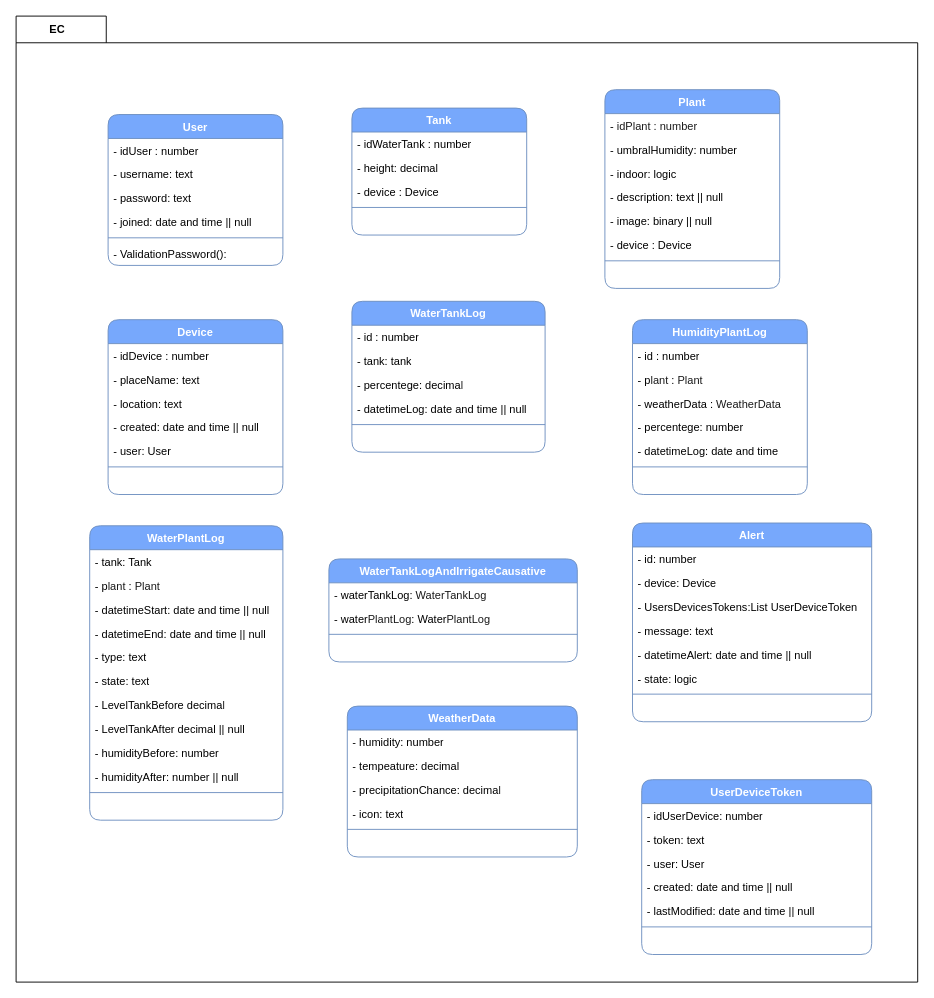
Agustin15/AquaControl keeps this draw.io diagram as Diagramas/ArquitecturaEnCapas.drawio. Above is the earlier version. Source tidied: cells renumbered, new cells numbered last; positions are measured from the earlier drawing's top-left corner, leaving out a move shared by most shapes. Both pictures are drawn from the tidied source at 92%, with x=0, y=0 at pixel (16, 16).
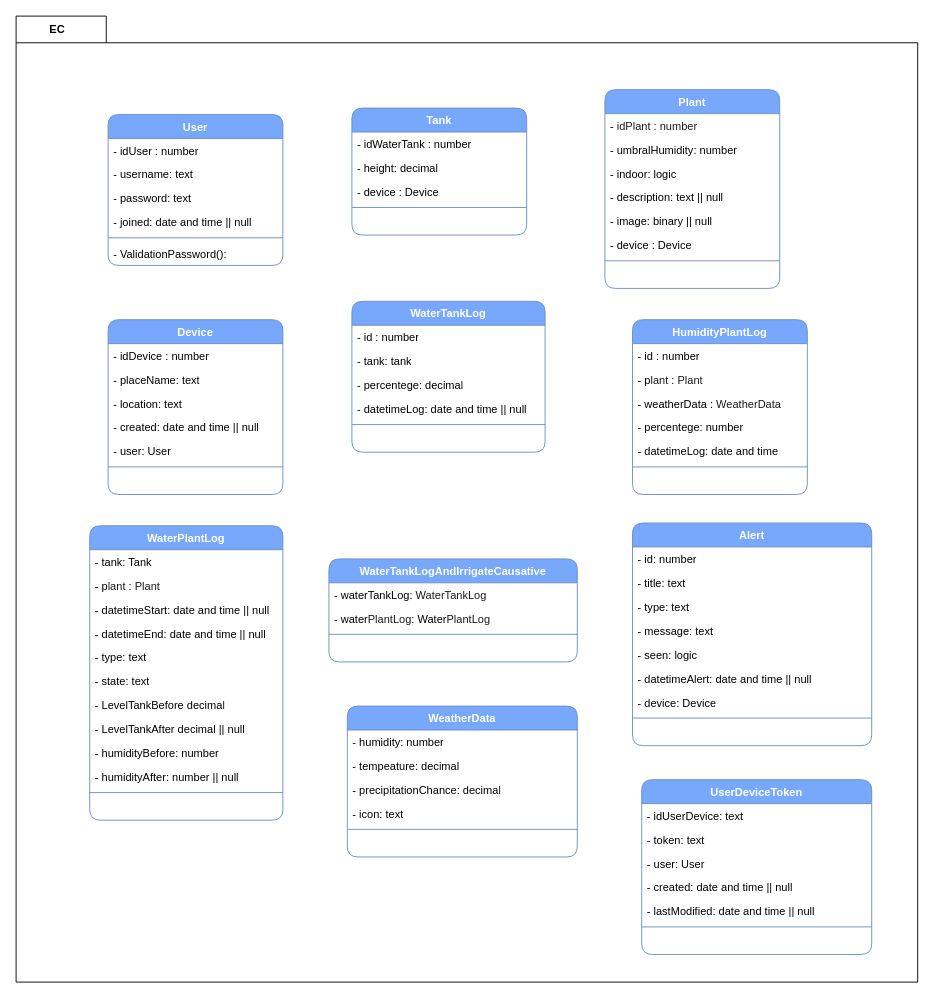
Above is the later version.

Unchanged cells that the change refers to:
```xml
<mxCell id="83" value="&lt;font color=&quot;#ffffff&quot;&gt;UserDeviceToken&lt;/font&gt;" style="swimlane;fontStyle=1;align=center;verticalAlign=top;horizontal=1;startSize=26;whiteSpace=wrap;html=1;rounded=1;fillColor=#77A8FC;strokeColor=#6c8ebf;" parent="1" vertex="1">
  <mxGeometry x="680" y="830" width="250" height="190" as="geometry" />
</mxCell>
```

The edit, as a diff of the source:
```diff
@@
     <mxCell id="31" value="&lt;font style=&quot;color: rgb(255, 255, 255);&quot;&gt;Alert&lt;/font&gt;" style="swimlane;fontStyle=1;align=center;verticalAlign=top;horizontal=1;startSize=26;whiteSpace=wrap;html=1;rounded=1;fillColor=#77A8FC;strokeColor=#6c8ebf;" parent="1" vertex="1">
-      <mxGeometry x="670" y="551" width="260" height="216" as="geometry" />
+      <mxGeometry x="670" y="551" width="260" height="242" as="geometry" />
     </mxCell>
@@
+    <mxCell id="91" value="- title: text" style="text;strokeColor=none;fillColor=none;align=left;verticalAlign=top;spacingLeft=4;spacingRight=4;overflow=hidden;whiteSpace=wrap;html=1;" parent="31" vertex="1">
+      <mxGeometry y="52" width="260" height="26" as="geometry" />
+    </mxCell>
+    <mxCell id="92" value="- type: text" style="text;strokeColor=none;fillColor=none;align=left;verticalAlign=top;spacingLeft=4;spacingRight=4;overflow=hidden;whiteSpace=wrap;html=1;" parent="31" vertex="1">
+      <mxGeometry y="78" width="260" height="26" as="geometry" />
+    </mxCell>
+    <mxCell id="35" value="-&amp;nbsp;message: text" style="text;strokeColor=none;fillColor=none;align=left;verticalAlign=top;spacingLeft=4;spacingRight=4;overflow=hidden;whiteSpace=wrap;html=1;" parent="31" vertex="1">
+      <mxGeometry y="104" width="260" height="26" as="geometry" />
+    </mxCell>
+    <mxCell id="37" value="-&amp;nbsp;seen: logic" style="text;strokeColor=none;fillColor=none;align=left;verticalAlign=top;spacingLeft=4;spacingRight=4;overflow=hidden;whiteSpace=wrap;html=1;" parent="31" vertex="1">
+      <mxGeometry y="130" width="260" height="26" as="geometry" />
+    </mxCell>
+    <mxCell id="36" value="-&amp;nbsp;datetimeAlert: date and time || null" style="text;strokeColor=none;fillColor=none;align=left;verticalAlign=top;spacingLeft=4;spacingRight=4;overflow=hidden;whiteSpace=wrap;html=1;" parent="31" vertex="1">
+      <mxGeometry y="156" width="260" height="26" as="geometry" />
+    </mxCell>
     <mxCell id="33" value="- device: Device" style="text;strokeColor=none;fillColor=none;align=left;verticalAlign=top;spacingLeft=4;spacingRight=4;overflow=hidden;whiteSpace=wrap;html=1;" parent="31" vertex="1">
-      <mxGeometry y="52" width="260" height="26" as="geometry" />
+      <mxGeometry y="182" width="260" height="26" as="geometry" />
     </mxCell>
-    <mxCell id="34" value="- UsersDevicesTokens:List UserDeviceToken&amp;nbsp;" style="text;strokeColor=none;fillColor=none;align=left;verticalAlign=top;spacingLeft=4;spacingRight=4;overflow=hidden;whiteSpace=wrap;html=1;" parent="31" vertex="1">
-      <mxGeometry y="78" width="260" height="26" as="geometry" />
-    </mxCell>
-    <mxCell id="35" value="-&amp;nbsp;message: text" style="text;strokeColor=none;fillColor=none;align=left;verticalAlign=top;spacingLeft=4;spacingRight=4;overflow=hidden;whiteSpace=wrap;html=1;" parent="31" vertex="1">
-      <mxGeometry y="104" width="260" height="26" as="geometry" />
-    </mxCell>
-    <mxCell id="36" value="-&amp;nbsp;datetimeAlert: date and time || null" style="text;strokeColor=none;fillColor=none;align=left;verticalAlign=top;spacingLeft=4;spacingRight=4;overflow=hidden;whiteSpace=wrap;html=1;" parent="31" vertex="1">
-      <mxGeometry y="130" width="260" height="26" as="geometry" />
-    </mxCell>
-    <mxCell id="37" value="-&amp;nbsp;state: logic" style="text;strokeColor=none;fillColor=none;align=left;verticalAlign=top;spacingLeft=4;spacingRight=4;overflow=hidden;whiteSpace=wrap;html=1;" parent="31" vertex="1">
-      <mxGeometry y="156" width="260" height="26" as="geometry" />
-    </mxCell>
     <mxCell id="38" style="line;strokeWidth=1;fillColor=none;align=left;verticalAlign=middle;spacingTop=-1;spacingLeft=3;spacingRight=3;labelPosition=right;strokeColor=inherit;" parent="31" vertex="1">
-      <mxGeometry y="182" width="260" height="8" as="geometry" />
+      <mxGeometry y="208" width="260" height="8" as="geometry" />
     </mxCell>
     <mxCell id="39" value="&amp;nbsp;" style="text;strokeColor=none;fillColor=none;align=left;verticalAlign=top;spacingLeft=4;spacingRight=4;overflow=hidden;whiteSpace=wrap;html=1;" parent="31" vertex="1">
-      <mxGeometry y="190" width="260" height="26" as="geometry" />
+      <mxGeometry y="216" width="260" height="26" as="geometry" />
     </mxCell>
@@
-    <mxCell id="84" value="-&amp;nbsp;idUserDevice: number" style="text;strokeColor=none;fillColor=none;align=left;verticalAlign=top;spacingLeft=4;spacingRight=4;overflow=hidden;whiteSpace=wrap;html=1;" parent="83" vertex="1">
+    <mxCell id="84" value="-&amp;nbsp;idUserDevice: text" style="text;strokeColor=none;fillColor=none;align=left;verticalAlign=top;spacingLeft=4;spacingRight=4;overflow=hidden;whiteSpace=wrap;html=1;" parent="83" vertex="1">
       <mxGeometry y="26" width="250" height="26" as="geometry" />
     </mxCell>
```
